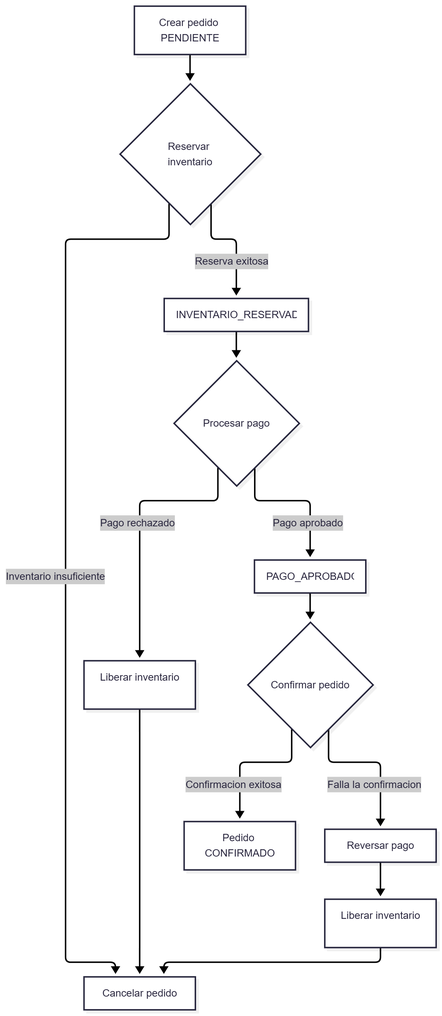
Before: docs/arquitectura/saga-flujo.png, a diagram exported from Mermaid (andreMD287/JEE). Its source is kept beside it as docs/arquitectura/saga-flujo.mmd.
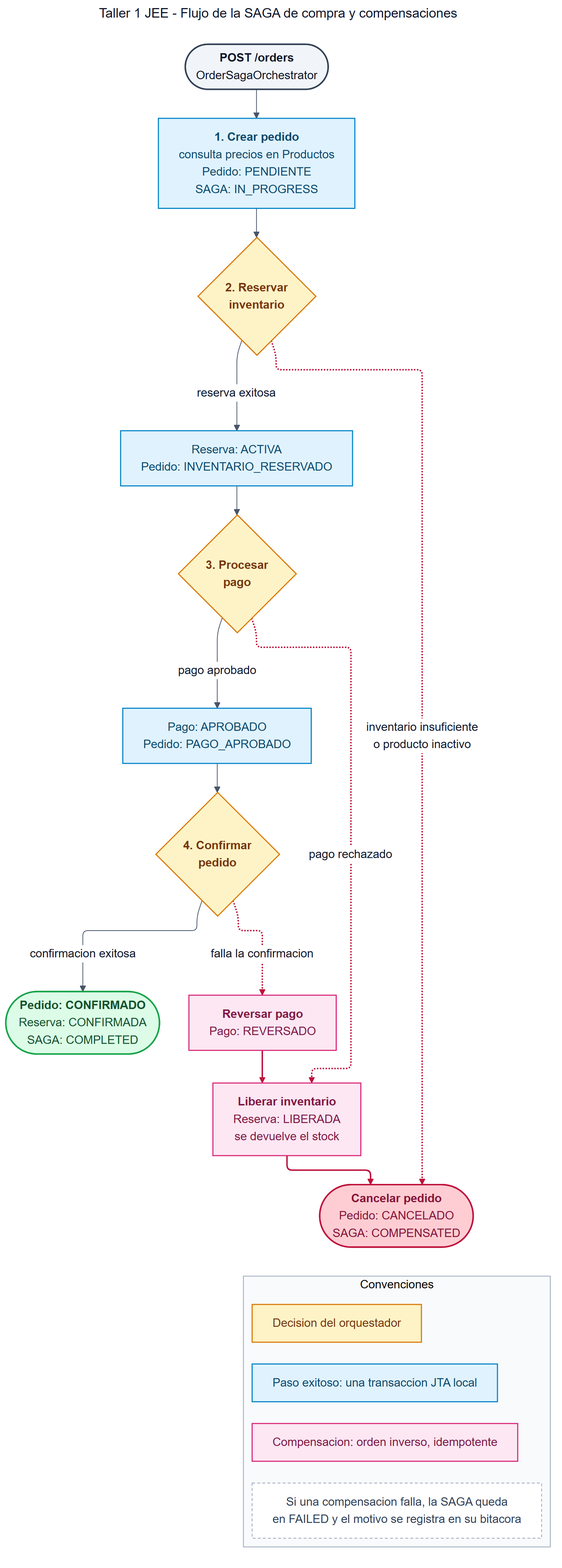
The same diagram one commit later.

Diff of the diagram source:
```diff
@@ -1,19 +1,65 @@
-flowchart TD
-    A[Crear pedido PENDIENTE] --> B{Reservar inventario}
+---
+title: Taller 1 JEE - Flujo de la SAGA de compra y compensaciones
+config:
+  layout: elk
+  elk:
+    mergeEdges: false
+    nodePlacementStrategy: NETWORK_SIMPLEX
+---
+%%{init: {"theme": "base", "themeVariables": {"fontFamily": "arial", "fontSize": "16px", "lineColor": "#475569", "primaryTextColor": "#0f172a", "clusterBkg": "#f8fafc", "clusterBorder": "#94a3b8", "edgeLabelBackground": "#ffffff"}, "flowchart": {"curve": "basis", "nodeSpacing": 40, "rankSpacing": 45, "padding": 14, "wrappingWidth": 400}}}%%
+flowchart TB
+    START(["<b>POST /orders</b><br/>OrderSagaOrchestrator"])
 
-    B -->|Inventario insuficiente| C[Cancelar pedido]
-    B -->|Reserva exitosa| D[INVENTARIO_RESERVADO]
+    S1["<b>1. Crear pedido</b><br/>consulta precios en Productos<br/>Pedido: PENDIENTE<br/>SAGA: IN_PROGRESS"]
+    D2{"<b>2. Reservar<br/>inventario</b>"}
+    S2["Reserva: ACTIVA<br/>Pedido: INVENTARIO_RESERVADO"]
+    D3{"<b>3. Procesar<br/>pago</b>"}
+    S3["Pago: APROBADO<br/>Pedido: PAGO_APROBADO"]
+    D4{"<b>4. Confirmar<br/>pedido</b>"}
+    END_OK(["<b>Pedido: CONFIRMADO</b><br/>Reserva: CONFIRMADA<br/>SAGA: COMPLETED"])
 
-    D --> E{Procesar pago}
+    C1["<b>Reversar pago</b><br/>Pago: REVERSADO"]
+    C2["<b>Liberar inventario</b><br/>Reserva: LIBERADA<br/>se devuelve el stock"]
+    C3(["<b>Cancelar pedido</b><br/>Pedido: CANCELADO<br/>SAGA: COMPENSATED"])
 
-    E -->|Pago rechazado| F[Liberar inventario]
-    F --> C
+    START --> S1
+    S1 --> D2
+    D2 -- "reserva exitosa" --> S2
+    S2 --> D3
+    D3 -- "pago aprobado" --> S3
+    S3 --> D4
+    D4 -- "confirmacion exitosa" --> END_OK
 
-    E -->|Pago aprobado| G[PAGO_APROBADO]
-    G --> H{Confirmar pedido}
+    D4 -. "falla la confirmacion" .-> C1
+    D3 -. "pago rechazado" .-> C2
+    D2 -. "inventario insuficiente<br/>o producto inactivo" .-> C3
+    C1 --> C2
+    C2 --> C3
 
-    H -->|Confirmacion exitosa| I[Pedido CONFIRMADO]
+    C3 ~~~ LEY
 
-    H -->|Falla la confirmacion| J[Reversar pago]
-    J --> K[Liberar inventario]
-    K --> C
+    subgraph LEY["Convenciones"]
+        direction TB
+        K1["Paso exitoso: una transaccion JTA local"]
+        K2["Decision del orquestador"]
+        K3["Compensacion: orden inverso, idempotente"]
+        K4["Si una compensacion falla, la SAGA queda<br/>en FAILED y el motivo se registra en su bitacora"]
+    end
+
+    classDef start fill:#f1f5f9,stroke:#334155,stroke-width:2px,color:#0f172a
+    classDef step fill:#e0f2fe,stroke:#0284c7,stroke-width:1.5px,color:#0c4a6e
+    classDef decision fill:#fef3c7,stroke:#d97706,stroke-width:1.5px,color:#78350f
+    classDef ok fill:#dcfce7,stroke:#16a34a,stroke-width:2px,color:#14532d
+    classDef comp fill:#fce7f3,stroke:#db2777,stroke-width:1.5px,color:#831843
+    classDef cancel fill:#fecdd3,stroke:#be123c,stroke-width:2px,color:#881337
+    classDef note fill:#ffffff,stroke:#94a3b8,stroke-width:1px,stroke-dasharray:4 3,color:#334155
+
+    class START start
+    class S1,S2,S3,K1 step
+    class D2,D3,D4,K2 decision
+    class END_OK ok
+    class C1,C2,K3 comp
+    class C3 cancel
+    class K4 note
+
+    linkStyle 7,8,9,10,11 stroke:#be123c,stroke-width:2px
```
